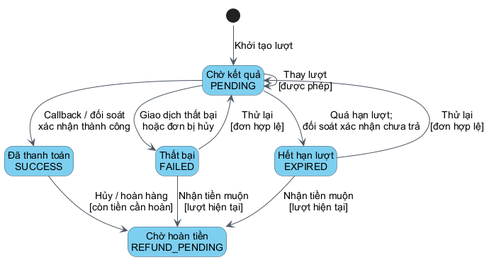
Thuannd24/Graduation-Project keeps this PlantUML diagram as docs/bao-cao/chuong-2-dat-hang-thanh-toan/diagrams/thanh-toan/04-state.png. Above is the earlier version.
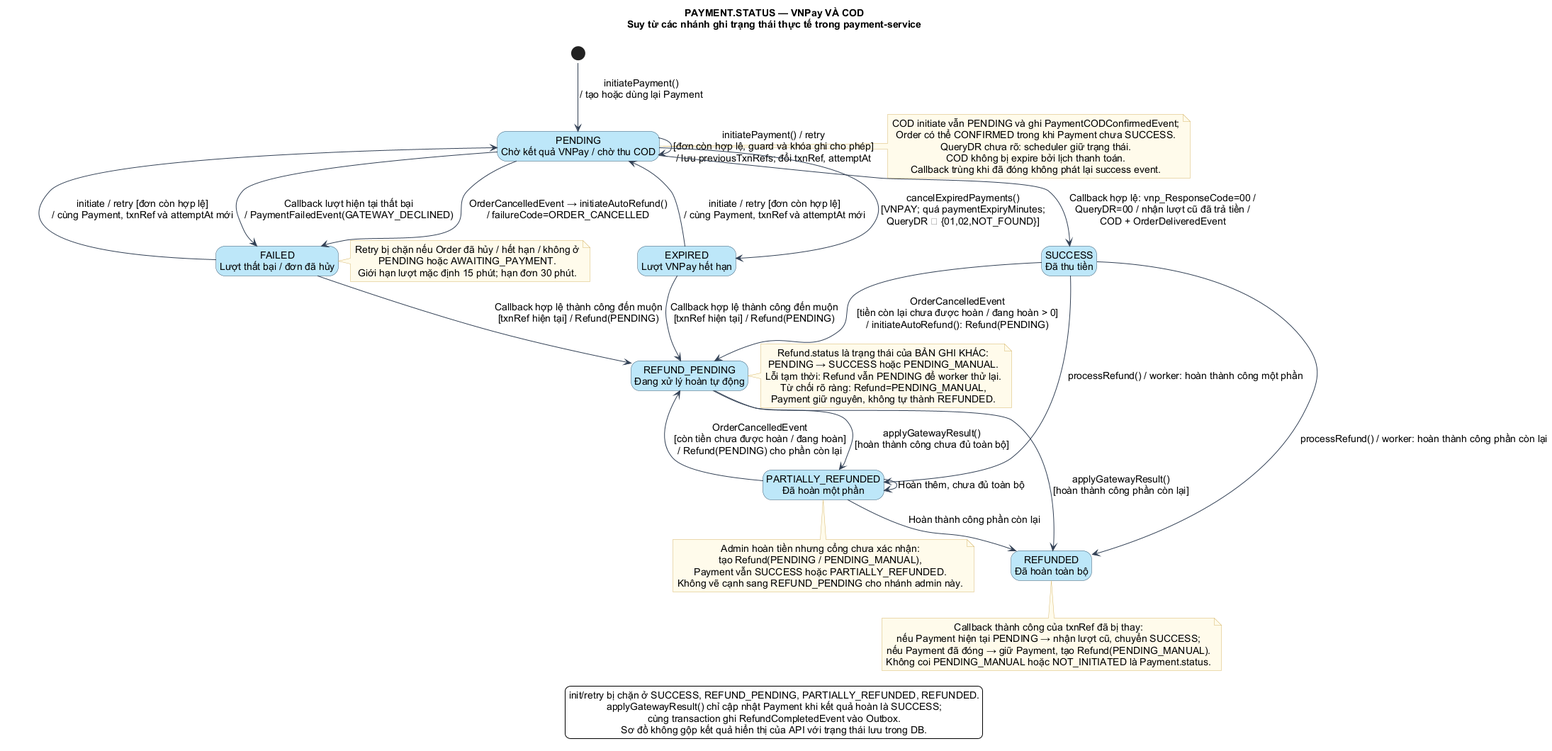
The same diagram one commit later.

The edit, as a diff of the source:
```diff
@@ -3,32 +3,90 @@
 skinparam defaultFontName Arial
 skinparam defaultFontSize 14
 skinparam shadowing false
-skinparam ArrowColor #4B5563
+skinparam ArrowColor #334155
 skinparam ArrowThickness 1
 skinparam defaultTextAlignment center
-skinparam actorBorderColor #4B5563
-skinparam actorBackgroundColor #7DCFF0
+skinparam NoteBackgroundColor #FFFBEB
+skinparam NoteBorderColor #D6B669
+skinparam actorBackgroundColor #BDE6F8
+skinparam actorBorderColor #365A73
+skinparam usecaseBackgroundColor #BDE6F8
+skinparam usecaseBorderColor #365A73
+skinparam rectangleBackgroundColor #EFF6FF
+skinparam rectangleBorderColor #365A73
+skinparam stateBackgroundColor #BDE6F8
+skinparam stateBorderColor #365A73
+skinparam activityBackgroundColor #BDE6F8
+skinparam activityBorderColor #365A73
+skinparam activityDiamondBackgroundColor #FEF3C7
+skinparam activityDiamondBorderColor #365A73
+skinparam swimlaneTitleBackgroundColor #EFF6FF
+skinparam swimlaneTitleFontStyle bold
+skinparam swimlaneBorderColor #94A3B8
+
 !pragma layout smetana
-skinparam stateBackgroundColor #7DCFF0
-skinparam stateBorderColor #4B5563
-skinparam stateStartColor black
-skinparam stateEndColor black
 hide empty description
-
-state "Chờ kết quả\nPENDING" as Pending
-state "Đã thanh toán\nSUCCESS" as Success
-state "Thất bại\nFAILED" as Failed
-state "Hết hạn lượt\nEXPIRED" as Expired
-state "Chờ hoàn tiền\nREFUND_PENDING" as Refunding
-
-[*] --> Pending : Khởi tạo lượt
-Pending --> Success : Callback / đối soát\nxác nhận thành công
-Pending --> Failed : Giao dịch thất bại\nhoặc đơn bị hủy
-Pending --> Expired : Quá hạn lượt;\nđối soát xác nhận chưa trả
-Failed --> Pending : Thử lại\n[đơn hợp lệ]
-Expired --> Pending : Thử lại\n[đơn hợp lệ]
-Pending --> Pending : Thay lượt\n[được phép]
-Failed --> Refunding : Nhận tiền muộn\n[lượt hiện tại]
-Expired --> Refunding : Nhận tiền muộn\n[lượt hiện tại]
-Success --> Refunding : Hủy / hoàn hàng\n[còn tiền cần hoàn]
+title PAYMENT.STATUS — VNPay VÀ COD\nSuy từ các nhánh ghi trạng thái thực tế trong payment-service
+state "PENDING\nChờ kết quả VNPay / chờ thu COD" as Pending
+state "SUCCESS\nĐã thu tiền" as Success
+state "FAILED\nLượt thất bại / đơn đã hủy" as Failed
+state "EXPIRED\nLượt VNPay hết hạn" as Expired
+state "REFUND_PENDING\nĐang xử lý hoàn tự động" as RefundPending
+state "PARTIALLY_REFUNDED\nĐã hoàn một phần" as Partial
+state "REFUNDED\nĐã hoàn toàn bộ" as Refunded
+[*] --> Pending : initiatePayment()\n/ tạo hoặc dùng lại Payment
+Pending --> Pending : initiatePayment() / retry\n[đơn còn hợp lệ, guard và khóa ghi cho phép]\n/ lưu previousTxnRefs; đổi txnRef, attemptAt
+Pending --> Success : Callback hợp lệ: vnp_ResponseCode=00 /\nQueryDR=00 / nhận lượt cũ đã trả tiền /\nCOD + OrderDeliveredEvent
+Pending --> Failed : Callback lượt hiện tại thất bại\n/ PaymentFailedEvent(GATEWAY_DECLINED)
+Pending --> Failed : OrderCancelledEvent → initiateAutoRefund()\n/ failureCode=ORDER_CANCELLED
+Pending --> Expired : cancelExpiredPayments()\n[VNPAY; quá paymentExpiryMinutes;\nQueryDR ∈ {01,02,NOT_FOUND}]
+Failed --> Pending : initiate / retry [đơn còn hợp lệ]\n/ cùng Payment, txnRef và attemptAt mới
+Expired --> Pending : initiate / retry [đơn còn hợp lệ]\n/ cùng Payment, txnRef và attemptAt mới
+Failed --> RefundPending : Callback hợp lệ thành công đến muộn\n[txnRef hiện tại] / Refund(PENDING)
+Expired --> RefundPending : Callback hợp lệ thành công đến muộn\n[txnRef hiện tại] / Refund(PENDING)
+Success --> RefundPending : OrderCancelledEvent\n[tiền còn lại chưa được hoàn / đang hoàn > 0]\n/ initiateAutoRefund(): Refund(PENDING)
+Partial --> RefundPending : OrderCancelledEvent\n[còn tiền chưa được hoàn / đang hoàn]\n/ Refund(PENDING) cho phần còn lại
+Success --> Partial : processRefund() / worker: hoàn thành công một phần
+Success --> Refunded : processRefund() / worker: hoàn thành công phần còn lại
+Partial --> Partial : Hoàn thêm, chưa đủ toàn bộ
+Partial --> Refunded : Hoàn thành công phần còn lại
+RefundPending --> Partial : applyGatewayResult()\n[hoàn thành công chưa đủ toàn bộ]
+RefundPending --> Refunded : applyGatewayResult()\n[hoàn thành công phần còn lại]
+note right of Pending
+  COD initiate vẫn PENDING và ghi PaymentCODConfirmedEvent;
+  Order có thể CONFIRMED trong khi Payment chưa SUCCESS.
+  QueryDR chưa rõ: scheduler giữ trạng thái.
+  COD không bị expire bởi lịch thanh toán.
+  Callback trùng khi đã đóng không phát lại success event.
+end note
+note right of Failed
+  Retry bị chặn nếu Order đã hủy / hết hạn / không ở
+  PENDING hoặc AWAITING_PAYMENT.
+  Giới hạn lượt mặc định 15 phút; hạn đơn 30 phút.
+end note
+note right of RefundPending
+  Refund.status là trạng thái của BẢN GHI KHÁC:
+  PENDING → SUCCESS hoặc PENDING_MANUAL.
+  Lỗi tạm thời: Refund vẫn PENDING để worker thử lại.
+  Từ chối rõ ràng: Refund=PENDING_MANUAL,
+  Payment giữ nguyên, không tự thành REFUNDED.
+end note
+note bottom of Partial
+  Admin hoàn tiền nhưng cổng chưa xác nhận:
+  tạo Refund(PENDING / PENDING_MANUAL),
+  Payment vẫn SUCCESS hoặc PARTIALLY_REFUNDED.
+  Không vẽ cạnh sang REFUND_PENDING cho nhánh admin này.
+end note
+note bottom of Refunded
+  Callback thành công của txnRef đã bị thay:
+  nếu Payment hiện tại PENDING → nhận lượt cũ, chuyển SUCCESS;
+  nếu Payment đã đóng → giữ Payment, tạo Refund(PENDING_MANUAL).
+  Không coi PENDING_MANUAL hoặc NOT_INITIATED là Payment.status.
+end note
+legend bottom
+  init/retry bị chặn ở SUCCESS, REFUND_PENDING, PARTIALLY_REFUNDED, REFUNDED.
+  applyGatewayResult() chỉ cập nhật Payment khi kết quả hoàn là SUCCESS;
+  cùng transaction ghi RefundCompletedEvent vào Outbox.
+  Sơ đồ không gộp kết quả hiển thị của API với trạng thái lưu trong DB.
+endlegend
 @enduml
```
